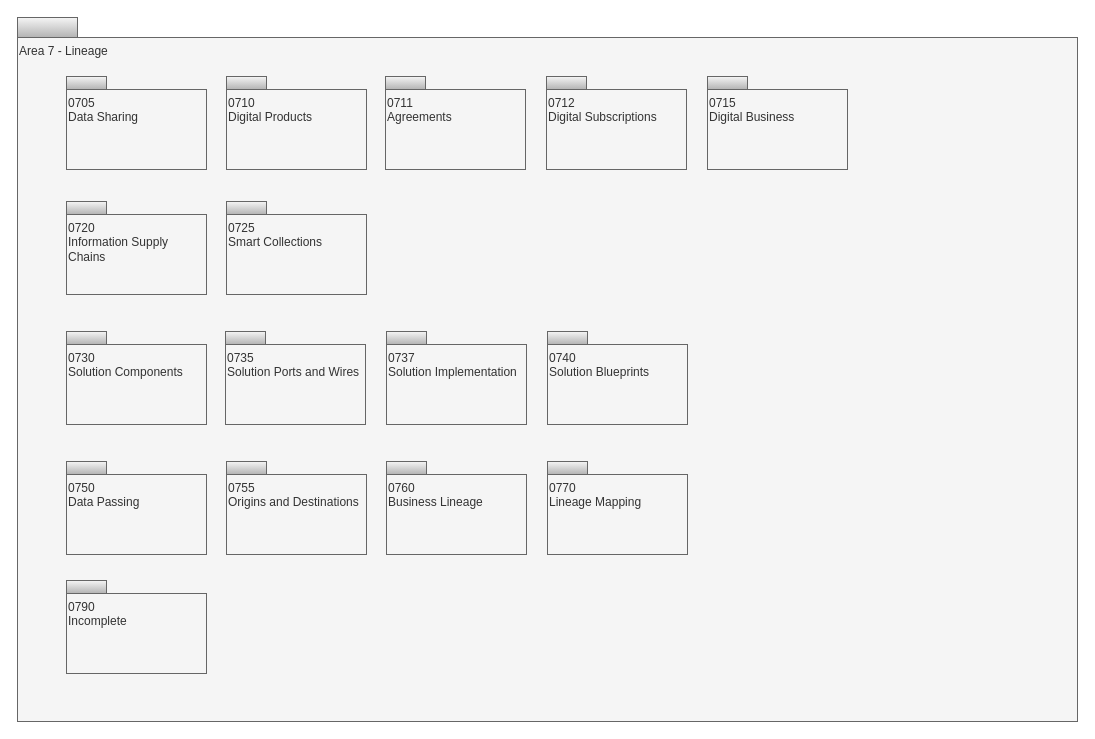
odpi/egeria-docs keeps this draw.io diagram as page "Overview" (1 of 20) of site/docs/types/7/area-7-lineage.drawio. Above is the earlier version. Source tidied: cells renumbered, new cells numbered last; positions are measured from the earlier drawing's top-left corner, leaving out a move shared by most shapes. Both pictures are drawn from the tidied source at 100%, with x=0, y=0 at pixel (17, 17).
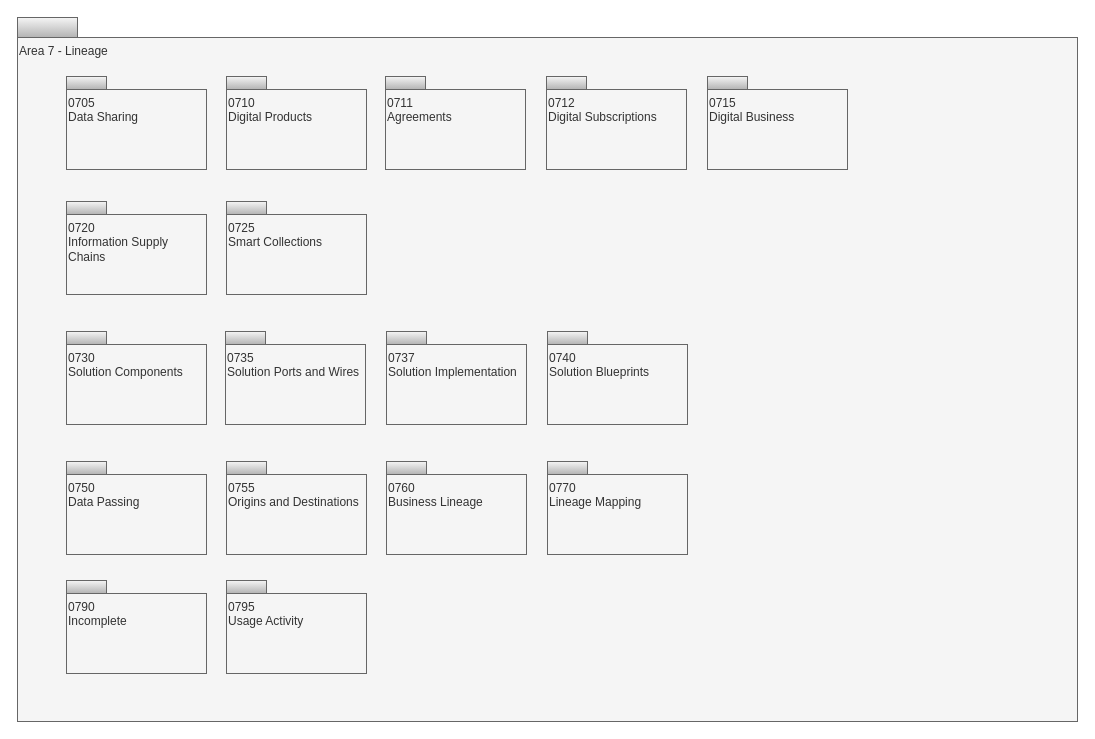
The same diagram, later.

Diff of the diagram source:
```diff
@@
+    <mxCell id="36" value="0795&lt;br&gt;Usage Activity" style="rounded=0;whiteSpace=wrap;html=1;align=left;verticalAlign=top;fillColor=#f5f5f5;fontColor=#333333;strokeColor=#666666;" parent="1" vertex="1">
+      <mxGeometry x="209" y="576" width="140" height="80" as="geometry" />
+    </mxCell>
+    <mxCell id="37" style="rounded=0;whiteSpace=wrap;html=1;align=left;fillColor=#f5f5f5;strokeColor=#666666;gradientColor=#b3b3b3;" parent="1" vertex="1">
+      <mxGeometry x="209" y="563" width="40" height="13" as="geometry" />
+    </mxCell>
```
